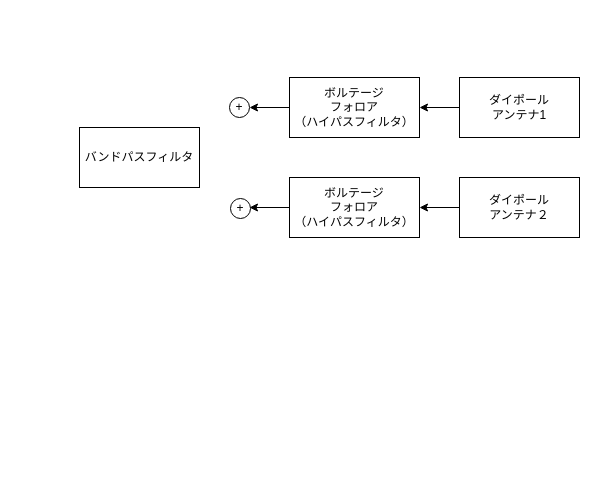
tom00ti/flowchart_memo keeps this draw.io diagram as OhmMapperReciver.drawio. Above is the earlier version. Source tidied: cells renumbered, new cells numbered last; positions are measured from the earlier drawing's top-left corner, leaving out a move shared by most shapes. Both pictures are drawn from the tidied source at 100%, with x=0, y=0 at pixel (79, 77).
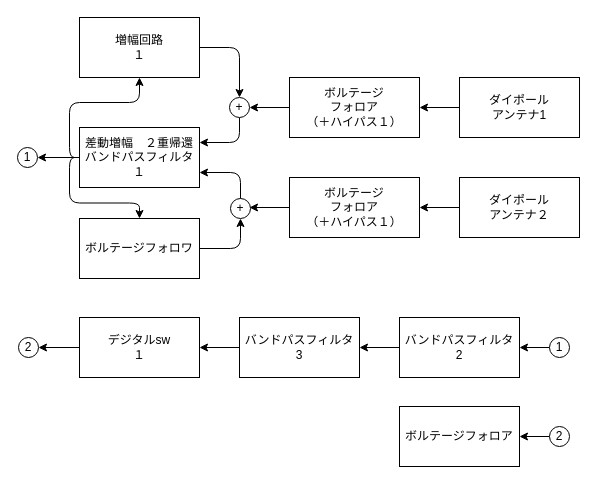
After the change.

The change refers to these unchanged cells:
```xml
<mxCell id="11" value="+" style="ellipse;whiteSpace=wrap;html=1;" parent="1" vertex="1">
  <mxGeometry x="150" y="20" width="20" height="20" as="geometry" />
</mxCell>
<mxCell id="12" value="+" style="ellipse;whiteSpace=wrap;html=1;" parent="1" vertex="1">
  <mxGeometry x="151" y="121" width="20" height="20" as="geometry" />
</mxCell>
```

Diff of the diagram source:
```diff
@@
-    <mxCell id="7" value="ボルテージ&lt;br&gt;フォロア&lt;br&gt;（ハイパスフィルタ）" style="rounded=0;whiteSpace=wrap;html=1;align=center;" parent="1" vertex="1">
+    <mxCell id="7" value="ボルテージ&lt;br&gt;フォロア&lt;br&gt;（＋ハイパス１）" style="rounded=0;whiteSpace=wrap;html=1;align=center;" parent="1" vertex="1">
       <mxGeometry x="210" width="130" height="60" as="geometry" />
     </mxCell>
@@
-    <mxCell id="9" value="ボルテージ&lt;br&gt;フォロア&lt;br&gt;（ハイパスフィルタ）" style="rounded=0;whiteSpace=wrap;html=1;align=center;" parent="1" vertex="1">
+    <mxCell id="9" value="ボルテージ&lt;br&gt;フォロア&lt;br&gt;（＋ハイパス１）" style="rounded=0;whiteSpace=wrap;html=1;align=center;" parent="1" vertex="1">
       <mxGeometry x="210" y="100" width="130" height="60" as="geometry" />
     </mxCell>
+    <mxCell id="13" style="edgeStyle=orthogonalEdgeStyle;html=1;elbow=vertical;exitX=0;exitY=0.5;exitDx=0;exitDy=0;" parent="1" edge="1" source="10" target="19">
+      <mxGeometry relative="1" as="geometry" />
+    </mxCell>
+    <mxCell id="14" style="edgeStyle=orthogonalEdgeStyle;html=1;exitX=0;exitY=0.5;exitDx=0;exitDy=0;" parent="1" edge="1" source="10" target="21">
+      <mxGeometry relative="1" as="geometry" />
+    </mxCell>
+    <mxCell id="15" style="edgeStyle=orthogonalEdgeStyle;html=1;exitX=0;exitY=0.5;exitDx=0;exitDy=0;entryX=1;entryY=0.5;entryDx=0;entryDy=0;" parent="1" edge="1" source="10" target="23">
+      <mxGeometry relative="1" as="geometry" />
+    </mxCell>
-    <mxCell id="10" value="バンドパスフィルタ" style="rounded=0;whiteSpace=wrap;html=1;" parent="1" vertex="1">
+    <mxCell id="10" value="差動増幅　２重帰還&lt;br&gt;バンドパスフィルタ&lt;br&gt;１" style="rounded=0;whiteSpace=wrap;html=1;" parent="1" vertex="1">
       <mxGeometry y="50" width="120" height="60" as="geometry" />
     </mxCell>
+    <mxCell id="16" style="edgeStyle=orthogonalEdgeStyle;html=1;exitX=0.5;exitY=1;exitDx=0;exitDy=0;entryX=1;entryY=0.25;entryDx=0;entryDy=0;elbow=vertical;" parent="1" edge="1" source="11" target="10">
+      <mxGeometry relative="1" as="geometry" />
+    </mxCell>
@@
+    <mxCell id="17" style="edgeStyle=orthogonalEdgeStyle;html=1;exitX=0.5;exitY=0;exitDx=0;exitDy=0;entryX=1;entryY=0.75;entryDx=0;entryDy=0;elbow=vertical;" parent="1" edge="1" source="12" target="10">
+      <mxGeometry relative="1" as="geometry" />
+    </mxCell>
@@
+    <mxCell id="18" style="edgeStyle=orthogonalEdgeStyle;html=1;exitX=1;exitY=0.5;exitDx=0;exitDy=0;entryX=0.5;entryY=0;entryDx=0;entryDy=0;elbow=vertical;" parent="1" edge="1" source="19" target="11">
+      <mxGeometry relative="1" as="geometry" />
+    </mxCell>
+    <mxCell id="19" value="増幅回路&lt;br&gt;１" style="rounded=0;whiteSpace=wrap;html=1;" parent="1" vertex="1">
+      <mxGeometry y="-60" width="120" height="60" as="geometry" />
+    </mxCell>
+    <mxCell id="20" style="edgeStyle=orthogonalEdgeStyle;html=1;entryX=0.5;entryY=1;entryDx=0;entryDy=0;" parent="1" edge="1" source="21" target="12">
+      <mxGeometry relative="1" as="geometry" />
+    </mxCell>
+    <mxCell id="21" value="ボルテージフォロワ" style="rounded=0;whiteSpace=wrap;html=1;" parent="1" vertex="1">
+      <mxGeometry y="141" width="120" height="60" as="geometry" />
+    </mxCell>
+    <mxCell id="22" style="edgeStyle=orthogonalEdgeStyle;html=1;entryX=1;entryY=0.5;entryDx=0;entryDy=0;exitX=0;exitY=0.5;exitDx=0;exitDy=0;" parent="1" edge="1" source="28" target="25">
+      <mxGeometry relative="1" as="geometry" />
+    </mxCell>
+    <mxCell id="23" value="1" style="ellipse;whiteSpace=wrap;html=1;" parent="1" vertex="1">
+      <mxGeometry x="-62" y="70" width="20" height="20" as="geometry" />
+    </mxCell>
+    <mxCell id="24" style="edgeStyle=orthogonalEdgeStyle;html=1;exitX=0;exitY=0.5;exitDx=0;exitDy=0;entryX=1;entryY=0.5;entryDx=0;entryDy=0;" parent="1" edge="1" source="25" target="27">
+      <mxGeometry relative="1" as="geometry" />
+    </mxCell>
+    <mxCell id="25" value="バンドパスフィルタ&lt;br&gt;2" style="rounded=0;whiteSpace=wrap;html=1;" parent="1" vertex="1">
+      <mxGeometry x="320" y="240" width="120" height="60" as="geometry" />
+    </mxCell>
+    <mxCell id="26" style="edgeStyle=orthogonalEdgeStyle;html=1;exitX=0;exitY=0.5;exitDx=0;exitDy=0;" parent="1" edge="1" source="27" target="30">
+      <mxGeometry relative="1" as="geometry" />
+    </mxCell>
+    <mxCell id="27" value="バンドパスフィルタ&lt;br&gt;3" style="rounded=0;whiteSpace=wrap;html=1;" parent="1" vertex="1">
+      <mxGeometry x="160" y="240" width="120" height="60" as="geometry" />
+    </mxCell>
+    <mxCell id="28" value="1" style="ellipse;whiteSpace=wrap;html=1;" parent="1" vertex="1">
+      <mxGeometry x="470" y="260" width="20" height="20" as="geometry" />
+    </mxCell>
+    <mxCell id="29" style="edgeStyle=orthogonalEdgeStyle;html=1;exitX=0;exitY=0.5;exitDx=0;exitDy=0;entryX=1;entryY=0.5;entryDx=0;entryDy=0;" parent="1" edge="1" source="30" target="31">
+      <mxGeometry relative="1" as="geometry" />
+    </mxCell>
+    <mxCell id="30" value="デジタルsw&lt;br&gt;１" style="rounded=0;whiteSpace=wrap;html=1;" parent="1" vertex="1">
+      <mxGeometry y="240" width="120" height="60" as="geometry" />
+    </mxCell>
+    <mxCell id="31" value="2" style="ellipse;whiteSpace=wrap;html=1;" parent="1" vertex="1">
+      <mxGeometry x="-61" y="260" width="20" height="20" as="geometry" />
+    </mxCell>
+    <mxCell id="32" style="edgeStyle=none;html=1;exitX=0;exitY=0.5;exitDx=0;exitDy=0;entryX=1;entryY=0.5;entryDx=0;entryDy=0;" parent="1" edge="1" source="33" target="34">
+      <mxGeometry relative="1" as="geometry" />
+    </mxCell>
+    <mxCell id="33" value="2" style="ellipse;whiteSpace=wrap;html=1;" parent="1" vertex="1">
+      <mxGeometry x="470" y="349" width="20" height="20" as="geometry" />
+    </mxCell>
+    <mxCell id="34" value="ボルテージフォロア" style="rounded=0;whiteSpace=wrap;html=1;" parent="1" vertex="1">
+      <mxGeometry x="320" y="329" width="120" height="60" as="geometry" />
+    </mxCell>
```
